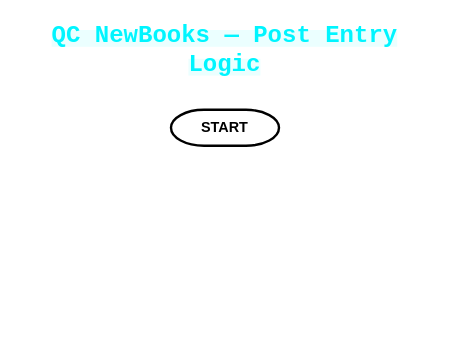
The draw.io diagram QC_NewBooks_Diagrams.drawio in SureshB1999/diagram-qc-new-books, before the edit. Source tidied: cells renumbered, new cells numbered last; positions are measured from the earlier drawing's top-left corner, leaving out a move shared by most shapes. Both pictures are drawn from the tidied source at 120%, with x=0, y=0 at pixel (20, 37).
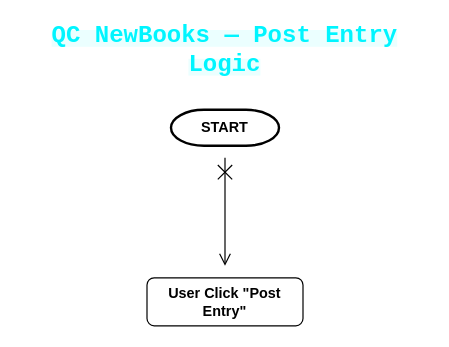
Above is the later version.

What changed in the source:
```diff
@@
 <mxGraphModel>
   <root>
     <mxCell id="0" />
     <mxCell id="1" parent="0" />
     <mxCell id="2" value="&lt;span style=&quot;color: rgb(0, 245, 255); font-family: &amp;quot;Share Tech Mono&amp;quot;, monospace; text-align: start; background-color: rgba(0, 245, 255, 0.08);&quot;&gt;&lt;font style=&quot;font-size: 20px;&quot;&gt;QC NewBooks — Post Entry Logic&lt;/font&gt;&lt;/span&gt;" style="text;html=1;whiteSpace=wrap;strokeColor=none;fillColor=none;align=center;verticalAlign=middle;rounded=0;fontStyle=1;" parent="1" vertex="1">
       <mxGeometry width="340" height="20" as="geometry" />
     </mxCell>
     <mxCell id="3" value="&lt;b&gt;START&lt;/b&gt;" style="strokeWidth=2;html=1;shape=mxgraph.flowchart.terminator;whiteSpace=wrap;strokeColor=light-dark(#000000,#FF9999);fillColor=light-dark(#FFFFFF,#000000);" parent="1" vertex="1">
       <mxGeometry x="125" y="60" width="90" height="30" as="geometry" />
     </mxCell>
+    <mxCell id="4" value="&lt;b&gt;User Click &quot;Post Entry&quot;&lt;/b&gt;" style="rounded=1;whiteSpace=wrap;html=1;strokeColor=light-dark(#000000,#FF9999);fillColor=light-dark(#FFFFFF,#000000);" parent="1" vertex="1">
+      <mxGeometry x="105" y="200" width="130" height="40" as="geometry" />
+    </mxCell>
+    <mxCell id="5" style="endArrow=open;startArrow=cross;endFill=0;startFill=0;endSize=8;startSize=10;html=1;rounded=0;" parent="1" edge="1">
+      <mxGeometry relative="1" as="geometry">
+        <mxPoint x="170" y="100" as="sourcePoint" />
+        <mxPoint x="170" y="190" as="targetPoint" />
+      </mxGeometry>
+    </mxCell>
   </root>
 </mxGraphModel>
```
